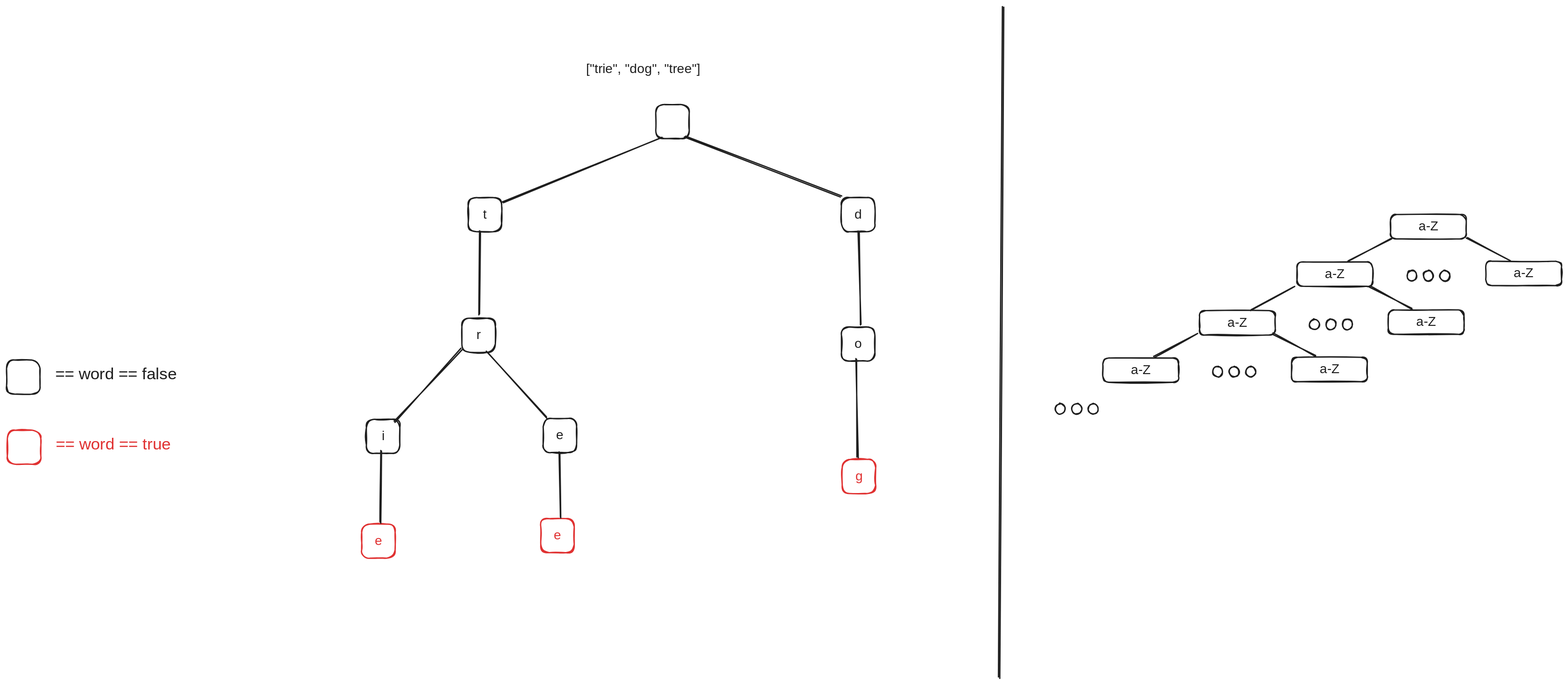
Above: DSA/LC/208_implement_trie_(prefix_tree).excalidraw.svg in PabloNicolla/learning-ground (Excalidraw), before the change. Source tidied: one line per element, renumbered; positions are measured from the earlier drawing's top-left corner, leaving out a move shared by most shapes. Source of this version:
```json
{"id": 0, "type": "text", "text": "[\"trie\", \"dog\", \"tree\"]", "strokeColor": "#1e1e1e", "strokeWidth": 2, "roughness": 1, "fontSize": 20, "fontFamily": 3, "x": 884, "y": 82, "width": 270, "height": 24}
{"id": 1, "type": "rectangle", "strokeColor": "#1e1e1e", "strokeWidth": 2, "roughness": 1, "round": true, "x": 990, "y": 148, "width": 51, "height": 52}
{"id": 2, "type": "rectangle", "strokeColor": "#1e1e1e", "strokeWidth": 2, "roughness": 1, "round": true, "x": 704, "y": 290, "width": 51, "height": 52}
{"id": 3, "type": "text", "text": "t", "strokeColor": "#1e1e1e", "strokeWidth": 2, "roughness": 1, "fontSize": 20, "fontFamily": 3, "textAlign": "center", "verticalAlign": "middle", "inside": 2, "x": 723, "y": 304, "width": 12, "height": 24}
{"id": 4, "type": "rectangle", "strokeColor": "#1e1e1e", "strokeWidth": 2, "roughness": 1, "round": true, "x": 1273, "y": 290, "width": 51, "height": 52}
{"id": 5, "type": "text", "text": "d", "strokeColor": "#1e1e1e", "strokeWidth": 2, "roughness": 1, "fontSize": 20, "fontFamily": 3, "textAlign": "center", "verticalAlign": "middle", "inside": 4, "x": 1292, "y": 304, "width": 12, "height": 24}
{"id": 6, "type": "rectangle", "strokeColor": "#1e1e1e", "strokeWidth": 2, "roughness": 1, "round": true, "x": 694, "y": 474, "width": 51, "height": 52}
{"id": 7, "type": "text", "text": "r", "strokeColor": "#1e1e1e", "strokeWidth": 2, "roughness": 1, "fontSize": 20, "fontFamily": 3, "textAlign": "center", "verticalAlign": "middle", "inside": 6, "x": 714, "y": 488, "width": 12, "height": 24}
{"id": 8, "type": "rectangle", "strokeColor": "#1e1e1e", "strokeWidth": 2, "roughness": 1, "round": true, "x": 1273, "y": 488, "width": 51, "height": 52}
{"id": 9, "type": "text", "text": "o", "strokeColor": "#1e1e1e", "strokeWidth": 2, "roughness": 1, "fontSize": 20, "fontFamily": 3, "textAlign": "center", "verticalAlign": "middle", "inside": 8, "x": 1293, "y": 502, "width": 12, "height": 24}
{"id": 10, "type": "rectangle", "strokeColor": "#e03131", "strokeWidth": 2, "roughness": 1, "round": true, "x": 1274, "y": 690, "width": 51, "height": 52}
{"id": 11, "type": "text", "text": "g", "strokeColor": "#e03131", "strokeWidth": 2, "roughness": 1, "fontSize": 20, "fontFamily": 3, "textAlign": "center", "verticalAlign": "middle", "inside": 10, "x": 1294, "y": 704, "width": 12, "height": 24}
{"id": 12, "type": "rectangle", "strokeColor": "#1e1e1e", "strokeWidth": 2, "roughness": 1, "round": true, "x": 818, "y": 627, "width": 51, "height": 52}
{"id": 13, "type": "text", "text": "e", "strokeColor": "#1e1e1e", "strokeWidth": 2, "roughness": 1, "fontSize": 20, "fontFamily": 3, "textAlign": "center", "verticalAlign": "middle", "inside": 12, "x": 838, "y": 641, "width": 12, "height": 24}
{"id": 14, "type": "rectangle", "strokeColor": "#1e1e1e", "strokeWidth": 2, "roughness": 1, "round": true, "x": 549, "y": 628, "width": 51, "height": 52}
{"id": 15, "type": "text", "text": "i", "strokeColor": "#1e1e1e", "strokeWidth": 2, "roughness": 1, "fontSize": 20, "fontFamily": 3, "textAlign": "center", "verticalAlign": "middle", "inside": 14, "x": 568, "y": 642, "width": 12, "height": 24}
{"id": 16, "type": "rectangle", "strokeColor": "#e03131", "strokeWidth": 2, "roughness": 1, "round": true, "x": 815, "y": 780, "width": 51, "height": 52}
{"id": 17, "type": "text", "text": "e", "strokeColor": "#e03131", "strokeWidth": 2, "roughness": 1, "fontSize": 20, "fontFamily": 3, "textAlign": "center", "verticalAlign": "middle", "inside": 16, "x": 834, "y": 794, "width": 12, "height": 24}
{"id": 18, "type": "rectangle", "strokeColor": "#e03131", "strokeWidth": 2, "roughness": 1, "round": true, "x": 541, "y": 788, "width": 51, "height": 52}
{"id": 19, "type": "text", "text": "e", "strokeColor": "#e03131", "strokeWidth": 2, "roughness": 1, "fontSize": 20, "fontFamily": 3, "textAlign": "center", "verticalAlign": "middle", "inside": 18, "x": 561, "y": 802, "width": 12, "height": 24}
{"id": 20, "type": "line", "strokeColor": "#1e1e1e", "strokeWidth": 2, "roughness": 1, "round": true, "x": 998, "y": 199, "width": 242, "height": 99, "points": [[0, 0], [-242, 99]]}
{"id": 21, "type": "line", "strokeColor": "#1e1e1e", "strokeWidth": 2, "roughness": 1, "round": true, "x": 723, "y": 341, "width": 1, "height": 126, "points": [[0, 0], [-1, 126]]}
{"id": 22, "type": "line", "strokeColor": "#1e1e1e", "strokeWidth": 2, "roughness": 1, "round": true, "x": 732, "y": 525, "width": 90, "height": 101, "points": [[0, 0], [90, 101]]}
{"id": 23, "type": "line", "strokeColor": "#1e1e1e", "strokeWidth": 2, "roughness": 1, "round": true, "x": 694, "y": 521, "width": 101, "height": 112, "points": [[0, 0], [-101, 112]]}
{"id": 24, "type": "line", "strokeColor": "#1e1e1e", "strokeWidth": 2, "roughness": 1, "round": true, "x": 571, "y": 677, "width": 0, "height": 109, "points": [[0, 0], [0, 109]]}
{"id": 25, "type": "line", "strokeColor": "#1e1e1e", "strokeWidth": 2, "roughness": 1, "round": true, "x": 843, "y": 679, "width": 1, "height": 99, "points": [[0, 0], [1, 99]]}
{"id": 26, "type": "line", "strokeColor": "#1e1e1e", "strokeWidth": 2, "roughness": 1, "round": true, "x": 1034, "y": 198, "width": 238, "height": 90, "points": [[0, 0], [238, 90]]}
{"id": 27, "type": "line", "strokeColor": "#1e1e1e", "strokeWidth": 2, "roughness": 1, "round": true, "x": 1299, "y": 343, "width": 4, "height": 142, "points": [[0, 0], [4, 142]]}
{"id": 28, "type": "line", "strokeColor": "#1e1e1e", "strokeWidth": 2, "roughness": 1, "round": true, "x": 1295, "y": 538, "width": 2, "height": 149, "points": [[0, 0], [2, 149]]}
{"id": 29, "type": "text", "text": "== word == true", "strokeColor": "#e03131", "strokeWidth": 2, "roughness": 1, "fontSize": 24.96, "fontFamily": 3, "x": 75, "y": 652, "width": 219, "height": 30}
{"id": 30, "type": "rectangle", "strokeColor": "#e03131", "strokeWidth": 2, "roughness": 1, "round": true, "x": 1, "y": 645, "width": 51, "height": 52}
{"id": 31, "type": "text", "text": "== word == false", "strokeColor": "#1e1e1e", "strokeWidth": 2, "roughness": 1, "fontSize": 24.96, "fontFamily": 3, "x": 74, "y": 545, "width": 234, "height": 30}
{"id": 32, "type": "rectangle", "strokeColor": "#1e1e1e", "strokeWidth": 2, "roughness": 1, "round": true, "x": 0, "y": 538, "width": 51, "height": 52}
{"id": 33, "type": "line", "strokeColor": "#1e1e1e", "strokeWidth": 2, "roughness": 1, "round": true, "x": 1513, "y": 1022, "width": 7, "height": 1022, "points": [[0, 0], [7, -1022]]}
{"id": 34, "type": "rectangle", "strokeColor": "#1e1e1e", "strokeWidth": 2, "roughness": 1, "round": true, "x": 2110, "y": 316, "width": 115, "height": 37}
{"id": 35, "type": "text", "text": "a-Z", "strokeColor": "#1e1e1e", "strokeWidth": 2, "roughness": 1, "fontSize": 20, "fontFamily": 3, "textAlign": "center", "verticalAlign": "middle", "inside": 34, "x": 2150, "y": 323, "width": 35, "height": 24}
{"id": 36, "type": "line", "strokeColor": "#1e1e1e", "strokeWidth": 2, "roughness": 1, "round": true, "x": 2111, "y": 352, "width": 65, "height": 35, "points": [[0, 0], [-65, 35]]}
{"id": 37, "type": "rectangle", "strokeColor": "#1e1e1e", "strokeWidth": 2, "roughness": 1, "round": true, "x": 1968, "y": 388, "width": 115, "height": 37}
{"id": 38, "type": "text", "text": "a-Z", "strokeColor": "#1e1e1e", "strokeWidth": 2, "roughness": 1, "fontSize": 20, "fontFamily": 3, "textAlign": "center", "verticalAlign": "middle", "inside": 37, "x": 2008, "y": 395, "width": 35, "height": 24}
{"id": 39, "type": "ellipse", "strokeColor": "#1e1e1e", "strokeWidth": 2, "roughness": 1, "round": true, "x": 2135, "y": 401, "width": 15, "height": 16}
{"id": 40, "type": "ellipse", "strokeColor": "#1e1e1e", "strokeWidth": 2, "roughness": 1, "round": true, "x": 2160, "y": 401, "width": 15, "height": 16}
{"id": 41, "type": "ellipse", "strokeColor": "#1e1e1e", "strokeWidth": 2, "roughness": 1, "round": true, "x": 2185, "y": 401, "width": 15, "height": 16}
{"id": 42, "type": "line", "strokeColor": "#1e1e1e", "strokeWidth": 2, "roughness": 1, "round": true, "x": 2226, "y": 351, "width": 65, "height": 35, "points": [[0, 0], [65, 35]]}
{"id": 43, "type": "rectangle", "strokeColor": "#1e1e1e", "strokeWidth": 2, "roughness": 1, "round": true, "x": 2255, "y": 387, "width": 115, "height": 37}
{"id": 44, "type": "text", "text": "a-Z", "strokeColor": "#1e1e1e", "strokeWidth": 2, "roughness": 1, "fontSize": 20.0, "fontFamily": 3, "textAlign": "center", "verticalAlign": "middle", "inside": 43, "x": 2295, "y": 394, "width": 35, "height": 24}
{"id": 45, "type": "line", "strokeColor": "#1e1e1e", "strokeWidth": 2, "roughness": 1, "round": true, "x": 1962, "y": 427, "width": 65, "height": 35, "points": [[0, 0], [-65, 35]]}
{"id": 46, "type": "rectangle", "strokeColor": "#1e1e1e", "strokeWidth": 2, "roughness": 1, "round": true, "x": 1819, "y": 463, "width": 115, "height": 37}
{"id": 47, "type": "text", "text": "a-Z", "strokeColor": "#1e1e1e", "strokeWidth": 2, "roughness": 1, "fontSize": 20, "fontFamily": 3, "textAlign": "center", "verticalAlign": "middle", "inside": 46, "x": 1859, "y": 469, "width": 35, "height": 24}
{"id": 48, "type": "ellipse", "strokeColor": "#1e1e1e", "strokeWidth": 2, "roughness": 1, "round": true, "x": 1987, "y": 476, "width": 15, "height": 16}
{"id": 49, "type": "ellipse", "strokeColor": "#1e1e1e", "strokeWidth": 2, "roughness": 1, "round": true, "x": 2012, "y": 476, "width": 15, "height": 16}
{"id": 50, "type": "ellipse", "strokeColor": "#1e1e1e", "strokeWidth": 2, "roughness": 1, "round": true, "x": 2037, "y": 476, "width": 15, "height": 16}
{"id": 51, "type": "line", "strokeColor": "#1e1e1e", "strokeWidth": 2, "roughness": 1, "round": true, "x": 2078, "y": 426, "width": 65, "height": 35, "points": [[0, 0], [65, 35]]}
{"id": 52, "type": "rectangle", "strokeColor": "#1e1e1e", "strokeWidth": 2, "roughness": 1, "round": true, "x": 2107, "y": 462, "width": 115, "height": 37}
{"id": 53, "type": "text", "text": "a-Z", "strokeColor": "#1e1e1e", "strokeWidth": 2, "roughness": 1, "fontSize": 20.0, "fontFamily": 3, "textAlign": "center", "verticalAlign": "middle", "inside": 52, "x": 2147, "y": 468, "width": 35, "height": 24}
{"id": 54, "type": "line", "strokeColor": "#1e1e1e", "strokeWidth": 2, "roughness": 1, "round": true, "x": 1815, "y": 499, "width": 65, "height": 35, "points": [[0, 0], [-65, 35]]}
{"id": 55, "type": "rectangle", "strokeColor": "#1e1e1e", "strokeWidth": 2, "roughness": 1, "round": true, "x": 1671, "y": 535, "width": 115, "height": 37}
{"id": 56, "type": "text", "text": "a-Z", "strokeColor": "#1e1e1e", "strokeWidth": 2, "roughness": 1, "fontSize": 20, "fontFamily": 3, "textAlign": "center", "verticalAlign": "middle", "inside": 55, "x": 1712, "y": 542, "width": 35, "height": 24}
{"id": 57, "type": "ellipse", "strokeColor": "#1e1e1e", "strokeWidth": 2, "roughness": 1, "round": true, "x": 1839, "y": 548, "width": 15, "height": 16}
{"id": 58, "type": "ellipse", "strokeColor": "#1e1e1e", "strokeWidth": 2, "roughness": 1, "round": true, "x": 1864, "y": 548, "width": 15, "height": 16}
{"id": 59, "type": "ellipse", "strokeColor": "#1e1e1e", "strokeWidth": 2, "roughness": 1, "round": true, "x": 1889, "y": 548, "width": 15, "height": 16}
{"id": 60, "type": "line", "strokeColor": "#1e1e1e", "strokeWidth": 2, "roughness": 1, "round": true, "x": 1930, "y": 498, "width": 65, "height": 35, "points": [[0, 0], [65, 35]]}
{"id": 61, "type": "rectangle", "strokeColor": "#1e1e1e", "strokeWidth": 2, "roughness": 1, "round": true, "x": 1959, "y": 534, "width": 115, "height": 37}
{"id": 62, "type": "text", "text": "a-Z", "strokeColor": "#1e1e1e", "strokeWidth": 2, "roughness": 1, "fontSize": 20.0, "fontFamily": 3, "textAlign": "center", "verticalAlign": "middle", "inside": 61, "x": 1999, "y": 541, "width": 35, "height": 24}
{"id": 63, "type": "ellipse", "strokeColor": "#1e1e1e", "strokeWidth": 2, "roughness": 1, "round": true, "x": 1599, "y": 605, "width": 15, "height": 16}
{"id": 64, "type": "ellipse", "strokeColor": "#1e1e1e", "strokeWidth": 2, "roughness": 1, "round": true, "x": 1624, "y": 605, "width": 15, "height": 16}
{"id": 65, "type": "ellipse", "strokeColor": "#1e1e1e", "strokeWidth": 2, "roughness": 1, "round": true, "x": 1649, "y": 605, "width": 15, "height": 16}
```
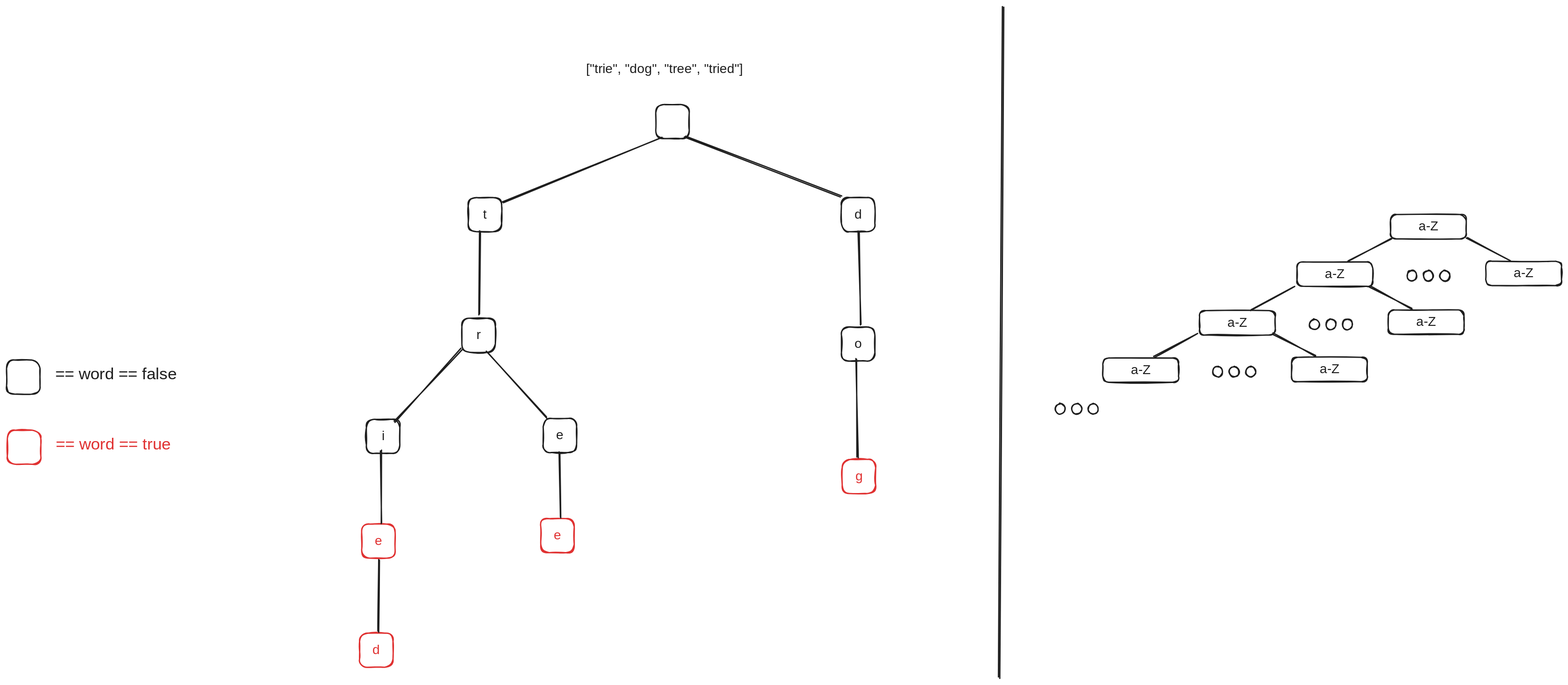
The same diagram one commit later.

What changed in the source:
```diff
@@ -1,4 +1,4 @@
-{"id": 0, "type": "text", "text": "[\"trie\", \"dog\", \"tree\"]", "strokeColor": "#1e1e1e", "strokeWidth": 2, "roughness": 1, "fontSize": 20, "fontFamily": 3, "x": 884, "y": 82, "width": 270, "height": 24}
+{"id": 0, "type": "text", "text": "[\"trie\", \"dog\", \"tree\", \"tried\"]", "strokeColor": "#1e1e1e", "strokeWidth": 2, "roughness": 1, "fontSize": 20, "fontFamily": 3, "x": 884, "y": 82, "width": 375, "height": 24}
 {"id": 1, "type": "rectangle", "strokeColor": "#1e1e1e", "strokeWidth": 2, "roughness": 1, "round": true, "x": 990, "y": 148, "width": 51, "height": 52}
 {"id": 2, "type": "rectangle", "strokeColor": "#1e1e1e", "strokeWidth": 2, "roughness": 1, "round": true, "x": 704, "y": 290, "width": 51, "height": 52}
 {"id": 3, "type": "text", "text": "t", "strokeColor": "#1e1e1e", "strokeWidth": 2, "roughness": 1, "fontSize": 20, "fontFamily": 3, "textAlign": "center", "verticalAlign": "middle", "inside": 2, "x": 723, "y": 304, "width": 12, "height": 24}
@@ -16,13 +16,13 @@
 {"id": 15, "type": "text", "text": "i", "strokeColor": "#1e1e1e", "strokeWidth": 2, "roughness": 1, "fontSize": 20, "fontFamily": 3, "textAlign": "center", "verticalAlign": "middle", "inside": 14, "x": 568, "y": 642, "width": 12, "height": 24}
 {"id": 16, "type": "rectangle", "strokeColor": "#e03131", "strokeWidth": 2, "roughness": 1, "round": true, "x": 815, "y": 780, "width": 51, "height": 52}
 {"id": 17, "type": "text", "text": "e", "strokeColor": "#e03131", "strokeWidth": 2, "roughness": 1, "fontSize": 20, "fontFamily": 3, "textAlign": "center", "verticalAlign": "middle", "inside": 16, "x": 834, "y": 794, "width": 12, "height": 24}
-{"id": 18, "type": "rectangle", "strokeColor": "#e03131", "strokeWidth": 2, "roughness": 1, "round": true, "x": 541, "y": 788, "width": 51, "height": 52}
-{"id": 19, "type": "text", "text": "e", "strokeColor": "#e03131", "strokeWidth": 2, "roughness": 1, "fontSize": 20, "fontFamily": 3, "textAlign": "center", "verticalAlign": "middle", "inside": 18, "x": 561, "y": 802, "width": 12, "height": 24}
+{"id": 66, "type": "rectangle", "strokeColor": "#e03131", "strokeWidth": 2, "roughness": 1, "round": true, "x": 541, "y": 788, "width": 51, "height": 52}
+{"id": 67, "type": "text", "text": "e", "strokeColor": "#e03131", "strokeWidth": 2, "roughness": 1, "fontSize": 20, "fontFamily": 3, "textAlign": "center", "verticalAlign": "middle", "inside": 66, "x": 561, "y": 802, "width": 12, "height": 24}
 {"id": 20, "type": "line", "strokeColor": "#1e1e1e", "strokeWidth": 2, "roughness": 1, "round": true, "x": 998, "y": 199, "width": 242, "height": 99, "points": [[0, 0], [-242, 99]]}
 {"id": 21, "type": "line", "strokeColor": "#1e1e1e", "strokeWidth": 2, "roughness": 1, "round": true, "x": 723, "y": 341, "width": 1, "height": 126, "points": [[0, 0], [-1, 126]]}
 {"id": 22, "type": "line", "strokeColor": "#1e1e1e", "strokeWidth": 2, "roughness": 1, "round": true, "x": 732, "y": 525, "width": 90, "height": 101, "points": [[0, 0], [90, 101]]}
 {"id": 23, "type": "line", "strokeColor": "#1e1e1e", "strokeWidth": 2, "roughness": 1, "round": true, "x": 694, "y": 521, "width": 101, "height": 112, "points": [[0, 0], [-101, 112]]}
-{"id": 24, "type": "line", "strokeColor": "#1e1e1e", "strokeWidth": 2, "roughness": 1, "round": true, "x": 571, "y": 677, "width": 0, "height": 109, "points": [[0, 0], [0, 109]]}
+{"id": 68, "type": "line", "strokeColor": "#1e1e1e", "strokeWidth": 2, "roughness": 1, "round": true, "x": 571, "y": 677, "width": 0, "height": 109, "points": [[0, 0], [0, 109]]}
 {"id": 25, "type": "line", "strokeColor": "#1e1e1e", "strokeWidth": 2, "roughness": 1, "round": true, "x": 843, "y": 679, "width": 1, "height": 99, "points": [[0, 0], [1, 99]]}
 {"id": 26, "type": "line", "strokeColor": "#1e1e1e", "strokeWidth": 2, "roughness": 1, "round": true, "x": 1034, "y": 198, "width": 238, "height": 90, "points": [[0, 0], [238, 90]]}
 {"id": 27, "type": "line", "strokeColor": "#1e1e1e", "strokeWidth": 2, "roughness": 1, "round": true, "x": 1299, "y": 343, "width": 4, "height": 142, "points": [[0, 0], [4, 142]]}
@@ -64,3 +64,6 @@
 {"id": 63, "type": "ellipse", "strokeColor": "#1e1e1e", "strokeWidth": 2, "roughness": 1, "round": true, "x": 1599, "y": 605, "width": 15, "height": 16}
 {"id": 64, "type": "ellipse", "strokeColor": "#1e1e1e", "strokeWidth": 2, "roughness": 1, "round": true, "x": 1624, "y": 605, "width": 15, "height": 16}
 {"id": 65, "type": "ellipse", "strokeColor": "#1e1e1e", "strokeWidth": 2, "roughness": 1, "round": true, "x": 1649, "y": 605, "width": 15, "height": 16}
+{"id": 18, "type": "rectangle", "strokeColor": "#e03131", "strokeWidth": 2, "roughness": 1, "round": true, "x": 538, "y": 955, "width": 51, "height": 52}
+{"id": 19, "type": "text", "text": "d", "strokeColor": "#e03131", "strokeWidth": 2, "roughness": 1, "fontSize": 20, "fontFamily": 3, "textAlign": "center", "verticalAlign": "middle", "inside": 18, "x": 558, "y": 969, "width": 12, "height": 24}
+{"id": 24, "type": "line", "strokeColor": "#1e1e1e", "strokeWidth": 2, "roughness": 1, "round": true, "x": 568, "y": 843, "width": 0, "height": 109, "points": [[0, 0], [0, 109]]}
```
